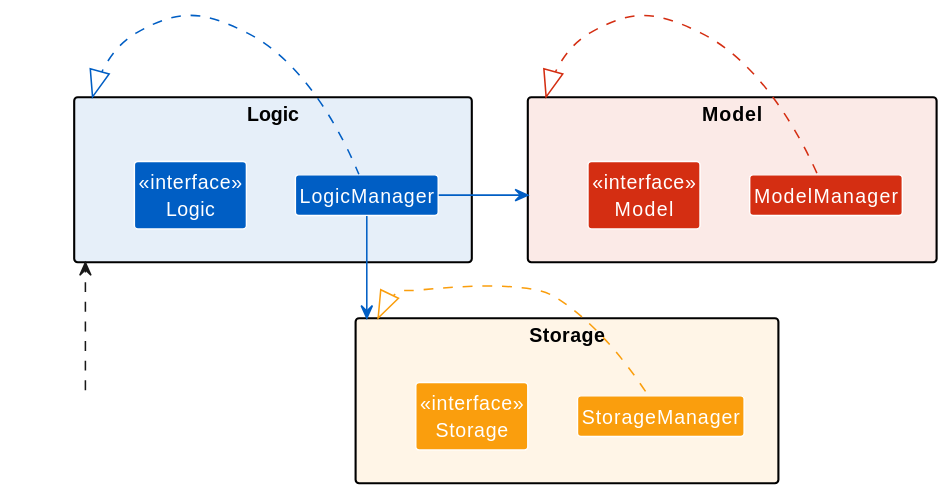
This is docs/images/ComponentManagers.svg from nus-cs2103-AY2223S2/tp, a PlantUML export, as it was before one commit. Its diagram source:
```plantuml
@startuml
!include style.puml
skinparam arrowThickness 1.1


package Logic LOGIC_COLOR_BACKGROUND {
Class "<<interface>>\nLogic" as Logic LOGIC_COLOR
Class LogicManager LOGIC_COLOR
}

package Model MODEL_COLOR_BACKGROUND {
Class "<<interface>>\nModel" as Model MODEL_COLOR
Class ModelManager MODEL_COLOR
}

package Storage STORAGE_COLOR_BACKGROUND {
Class "<<interface>>\nStorage" as Storage STORAGE_COLOR
Class StorageManager STORAGE_COLOR
}

Class HiddenOutside #FFFFFF
HiddenOutside .up.> Logic

LogicManager .[LOGIC_COLOR]left.|> Logic
ModelManager .[MODEL_COLOR]left.|> Model
StorageManager .[STORAGE_COLOR]left.|> Storage

LogicManager -[LOGIC_COLOR]right-> Model
LogicManager -[LOGIC_COLOR]-> Storage
@enduml
```
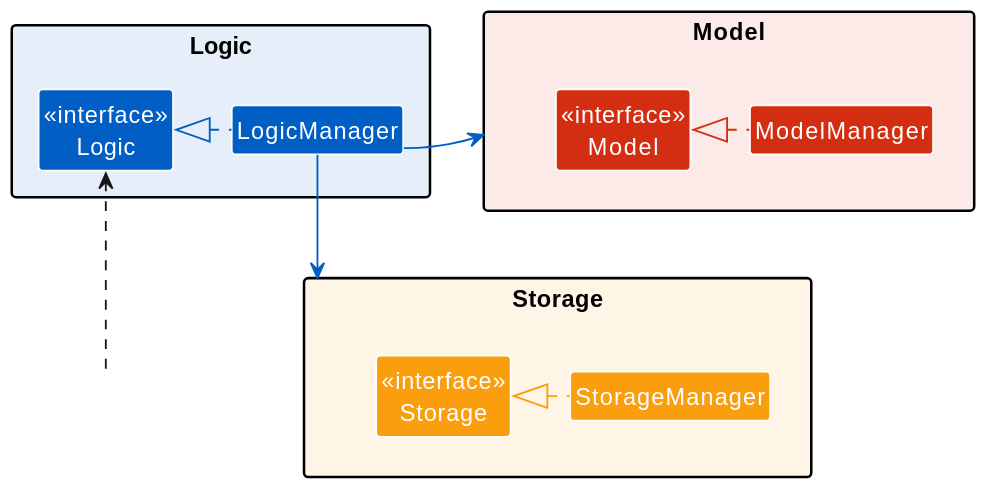
Above is the later version.

Diff of the diagram source:
```diff
@@ -4,26 +4,26 @@
 
 
 package Logic LOGIC_COLOR_BACKGROUND {
-Class "<<interface>>\nLogic" as Logic LOGIC_COLOR
+Class "<<interface>>\nLogic" as Logic1 LOGIC_COLOR
 Class LogicManager LOGIC_COLOR
 }
 
 package Model MODEL_COLOR_BACKGROUND {
-Class "<<interface>>\nModel" as Model MODEL_COLOR
+Class "<<interface>>\nModel" as Model1 MODEL_COLOR
 Class ModelManager MODEL_COLOR
 }
 
 package Storage STORAGE_COLOR_BACKGROUND {
-Class "<<interface>>\nStorage" as Storage STORAGE_COLOR
+Class "<<interface>>\nStorage" as Storage1 STORAGE_COLOR
 Class StorageManager STORAGE_COLOR
 }
 
 Class HiddenOutside #FFFFFF
-HiddenOutside .up.> Logic
+HiddenOutside .up.> Logic1
 
-LogicManager .[LOGIC_COLOR]left.|> Logic
-ModelManager .[MODEL_COLOR]left.|> Model
-StorageManager .[STORAGE_COLOR]left.|> Storage
+LogicManager .[LOGIC_COLOR]left.|> Logic1
+ModelManager .[MODEL_COLOR]left.|> Model1
+StorageManager .[STORAGE_COLOR]left.|> Storage1
 
 LogicManager -[LOGIC_COLOR]right-> Model
 LogicManager -[LOGIC_COLOR]-> Storage
```
